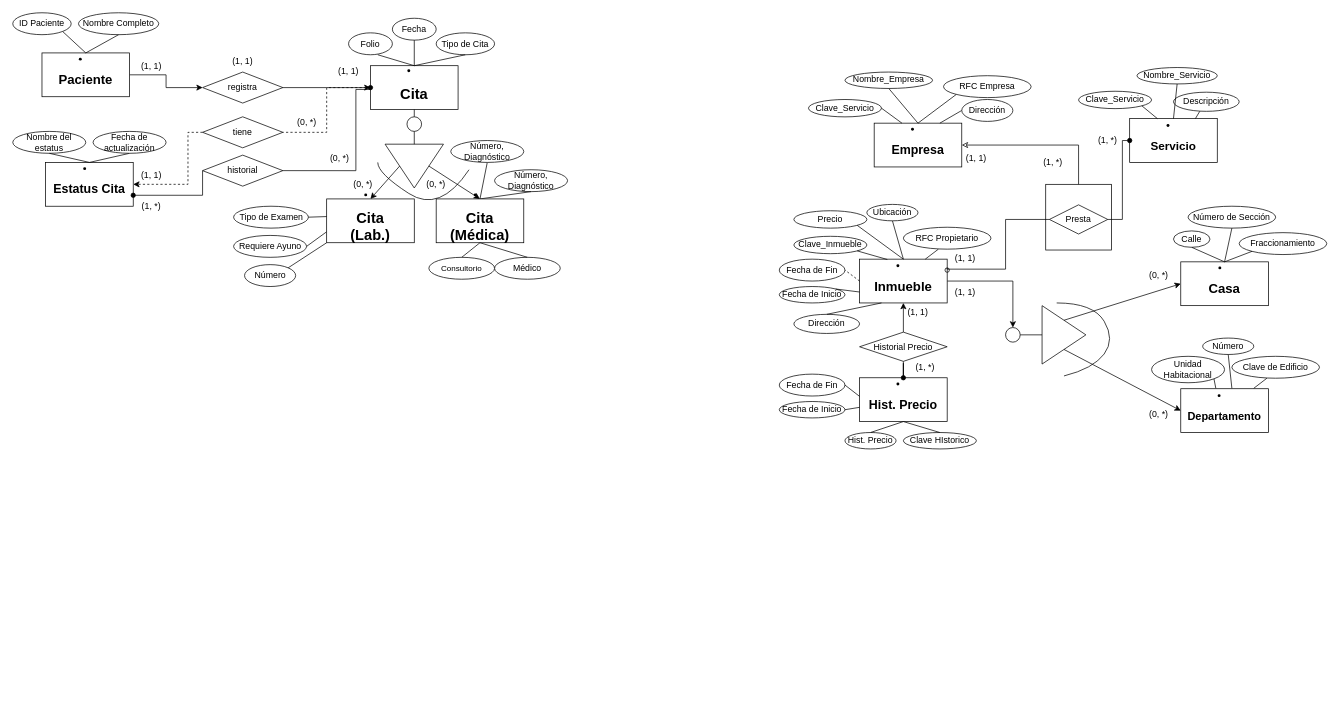
Before: Previo_P6.drawio in EstebanArellanesConde/Dise-os-E-R-Bases, a draw.io diagram. Source tidied: cells renumbered, new cells numbered last; positions are measured from the earlier drawing's top-left corner, leaving out a move shared by most shapes. Both pictures are drawn from the tidied source at 73%, with x=0, y=0 at pixel (12, 12).
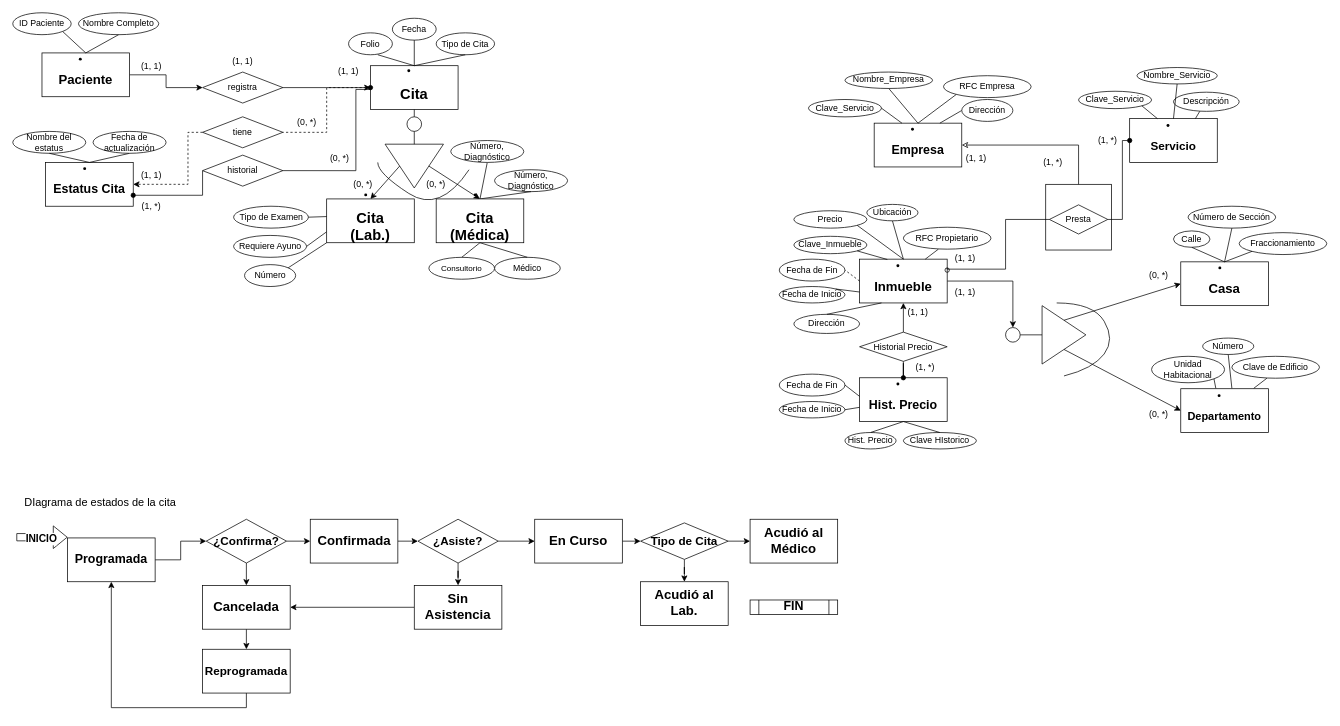
The same page after the edit.

Change to the diagram source:
```diff
@@
+    <mxCell id="139" style="edgeStyle=orthogonalEdgeStyle;rounded=0;jettySize=auto;html=1;entryX=0;entryY=0.5;entryDx=0;entryDy=0;" parent="1" edge="1" source="140" target="153">
+      <mxGeometry relative="1" as="geometry" />
+    </mxCell>
+    <mxCell id="140" value="&lt;b&gt;&lt;font style=&quot;font-size: 17px;&quot;&gt;Programada&lt;/font&gt;&lt;/b&gt;" style="rounded=0;whiteSpace=wrap;html=1;" parent="1" vertex="1">
+      <mxGeometry x="75" y="719.4" width="120" height="60" as="geometry" />
+    </mxCell>
+    <mxCell id="141" style="edgeStyle=orthogonalEdgeStyle;rounded=0;jettySize=auto;html=1;exitX=1;exitY=0.5;exitDx=0;exitDy=0;entryX=0;entryY=0.5;entryDx=0;entryDy=0;" parent="1" edge="1" source="142" target="159">
+      <mxGeometry relative="1" as="geometry" />
+    </mxCell>
+    <mxCell id="142" value="&lt;b&gt;&lt;font style=&quot;font-size: 18px;&quot;&gt;Confirmada&lt;/font&gt;&lt;/b&gt;" style="rounded=0;whiteSpace=wrap;html=1;" parent="1" vertex="1">
+      <mxGeometry x="407.5" y="693.8" width="120" height="60" as="geometry" />
+    </mxCell>
+    <mxCell id="143" style="edgeStyle=orthogonalEdgeStyle;rounded=0;jettySize=auto;html=1;exitX=0.5;exitY=1;exitDx=0;exitDy=0;entryX=0.5;entryY=0;entryDx=0;entryDy=0;" parent="1" edge="1" source="144" target="146">
+      <mxGeometry relative="1" as="geometry" />
+    </mxCell>
+    <mxCell id="144" value="&lt;b&gt;&lt;font style=&quot;font-size: 18px;&quot;&gt;Cancelada&lt;/font&gt;&lt;/b&gt;" style="rounded=0;whiteSpace=wrap;html=1;" parent="1" vertex="1">
+      <mxGeometry x="260" y="784.4" width="120" height="60" as="geometry" />
+    </mxCell>
+    <mxCell id="145" style="edgeStyle=orthogonalEdgeStyle;rounded=0;jettySize=auto;html=1;exitX=0.5;exitY=1;exitDx=0;exitDy=0;entryX=0.5;entryY=1;entryDx=0;entryDy=0;" parent="1" edge="1" source="146" target="140">
+      <mxGeometry relative="1" as="geometry" />
+    </mxCell>
+    <mxCell id="146" value="&lt;font style=&quot;font-size: 16px;&quot;&gt;&lt;b&gt;&lt;font&gt;Reprogramada&lt;/font&gt;&lt;/b&gt;&lt;/font&gt;" style="rounded=0;whiteSpace=wrap;html=1;" parent="1" vertex="1">
+      <mxGeometry x="260" y="871.9" width="120" height="60" as="geometry" />
+    </mxCell>
+    <mxCell id="147" style="edgeStyle=orthogonalEdgeStyle;rounded=0;jettySize=auto;html=1;exitX=1;exitY=0.5;exitDx=0;exitDy=0;entryX=0;entryY=0.5;entryDx=0;entryDy=0;" parent="1" edge="1" source="148" target="162">
+      <mxGeometry relative="1" as="geometry" />
+    </mxCell>
+    <mxCell id="148" value="&lt;b&gt;&lt;font style=&quot;font-size: 18px;&quot;&gt;En Curso&lt;/font&gt;&lt;/b&gt;" style="rounded=0;whiteSpace=wrap;html=1;" parent="1" vertex="1">
+      <mxGeometry x="715" y="693.8" width="120" height="60" as="geometry" />
+    </mxCell>
+    <mxCell id="149" style="edgeStyle=orthogonalEdgeStyle;rounded=0;jettySize=auto;html=1;entryX=1;entryY=0.5;entryDx=0;entryDy=0;" parent="1" edge="1" source="150" target="144">
+      <mxGeometry relative="1" as="geometry" />
+    </mxCell>
+    <mxCell id="150" value="&lt;b&gt;&lt;font style=&quot;font-size: 18px;&quot;&gt;Sin Asistencia&lt;/font&gt;&lt;/b&gt;" style="rounded=0;whiteSpace=wrap;html=1;" parent="1" vertex="1">
+      <mxGeometry x="550" y="784.4" width="120" height="60" as="geometry" />
+    </mxCell>
+    <mxCell id="151" style="edgeStyle=orthogonalEdgeStyle;rounded=0;jettySize=auto;html=1;exitX=1;exitY=0.5;exitDx=0;exitDy=0;entryX=0;entryY=0.5;entryDx=0;entryDy=0;" parent="1" edge="1" source="153" target="142">
+      <mxGeometry relative="1" as="geometry" />
+    </mxCell>
+    <mxCell id="152" style="edgeStyle=orthogonalEdgeStyle;rounded=0;jettySize=auto;html=1;entryX=0.5;entryY=0;entryDx=0;entryDy=0;exitX=0.5;exitY=1;exitDx=0;exitDy=0;" parent="1" edge="1" source="153" target="144">
+      <mxGeometry relative="1" as="geometry" />
+    </mxCell>
+    <mxCell id="153" value="&lt;b&gt;&lt;font style=&quot;font-size: 16px;&quot;&gt;¿Confirma?&lt;/font&gt;&lt;/b&gt;" style="rhombus;whiteSpace=wrap;html=1;" parent="1" vertex="1">
+      <mxGeometry x="265" y="693.8" width="110" height="60" as="geometry" />
+    </mxCell>
+    <mxCell id="154" style="shape=flexArrow;endArrow=classic;html=1;rounded=0;" parent="1" edge="1">
+      <mxGeometry relative="1" as="geometry">
+        <mxPoint x="5" y="718.4" as="sourcePoint" />
+        <mxPoint x="75" y="718.4" as="targetPoint" />
+      </mxGeometry>
+    </mxCell>
+    <mxCell id="155" value="&lt;b&gt;&lt;font style=&quot;font-size: 14px;&quot;&gt;INICIO&lt;/font&gt;&lt;/b&gt;" style="edgeLabel;html=1;align=center;verticalAlign=middle;" parent="154" vertex="1">
+      <mxGeometry x="-0.06" y="-1" relative="1" as="geometry">
+        <mxPoint y="1" as="offset" />
+      </mxGeometry>
+    </mxCell>
+    <mxCell id="156" value="&lt;font style=&quot;font-size: 15px;&quot;&gt;DIagrama de estados de la cita&lt;/font&gt;" style="text;html=1;align=center;verticalAlign=middle;whiteSpace=wrap;rounded=0;" parent="1" vertex="1">
+      <mxGeometry y="655" width="240" height="30" as="geometry" />
+    </mxCell>
+    <mxCell id="157" style="edgeStyle=orthogonalEdgeStyle;rounded=0;jettySize=auto;html=1;exitX=0.5;exitY=1;exitDx=0;exitDy=0;" parent="1" edge="1" source="159" target="150">
+      <mxGeometry relative="1" as="geometry" />
+    </mxCell>
+    <mxCell id="158" style="edgeStyle=orthogonalEdgeStyle;rounded=0;jettySize=auto;html=1;exitX=1;exitY=0.5;exitDx=0;exitDy=0;entryX=0;entryY=0.5;entryDx=0;entryDy=0;" parent="1" edge="1" source="159" target="148">
+      <mxGeometry relative="1" as="geometry" />
+    </mxCell>
+    <mxCell id="159" value="&lt;b&gt;&lt;font style=&quot;font-size: 16px;&quot;&gt;¿Asiste?&lt;/font&gt;&lt;/b&gt;" style="rhombus;whiteSpace=wrap;html=1;" parent="1" vertex="1">
+      <mxGeometry x="555" y="693.8" width="110" height="60" as="geometry" />
+    </mxCell>
+    <mxCell id="160" style="edgeStyle=orthogonalEdgeStyle;rounded=0;jettySize=auto;html=1;exitX=0.5;exitY=1;exitDx=0;exitDy=0;" parent="1" edge="1" source="162" target="163">
+      <mxGeometry relative="1" as="geometry" />
+    </mxCell>
+    <mxCell id="161" style="edgeStyle=orthogonalEdgeStyle;rounded=0;jettySize=auto;html=1;exitX=1;exitY=0.5;exitDx=0;exitDy=0;entryX=0;entryY=0.5;entryDx=0;entryDy=0;" parent="1" edge="1" source="162" target="164">
+      <mxGeometry relative="1" as="geometry" />
+    </mxCell>
+    <mxCell id="162" value="&lt;b&gt;&lt;font style=&quot;font-size: 16px;&quot;&gt;Tipo de Cita&lt;/font&gt;&lt;/b&gt;" style="rhombus;whiteSpace=wrap;html=1;" parent="1" vertex="1">
+      <mxGeometry x="860" y="698.8" width="120" height="50" as="geometry" />
+    </mxCell>
+    <mxCell id="163" value="&lt;b&gt;&lt;font style=&quot;font-size: 18px;&quot;&gt;Acudió al Lab.&lt;/font&gt;&lt;/b&gt;" style="rounded=0;whiteSpace=wrap;html=1;" parent="1" vertex="1">
+      <mxGeometry x="860" y="779.4" width="120" height="60" as="geometry" />
+    </mxCell>
+    <mxCell id="164" value="&lt;b&gt;&lt;font style=&quot;font-size: 18px;&quot;&gt;Acudió al Médico&lt;/font&gt;&lt;/b&gt;" style="rounded=0;whiteSpace=wrap;html=1;" parent="1" vertex="1">
+      <mxGeometry x="1010" y="693.8" width="120" height="60" as="geometry" />
+    </mxCell>
+    <mxCell id="165" value="&lt;b&gt;&lt;font style=&quot;font-size: 17px;&quot;&gt;FIN&lt;/font&gt;&lt;/b&gt;" style="shape=process;whiteSpace=wrap;html=1;backgroundOutline=1;" parent="1" vertex="1">
+      <mxGeometry x="1010" y="804.4" width="120" height="20" as="geometry" />
+    </mxCell>
```
